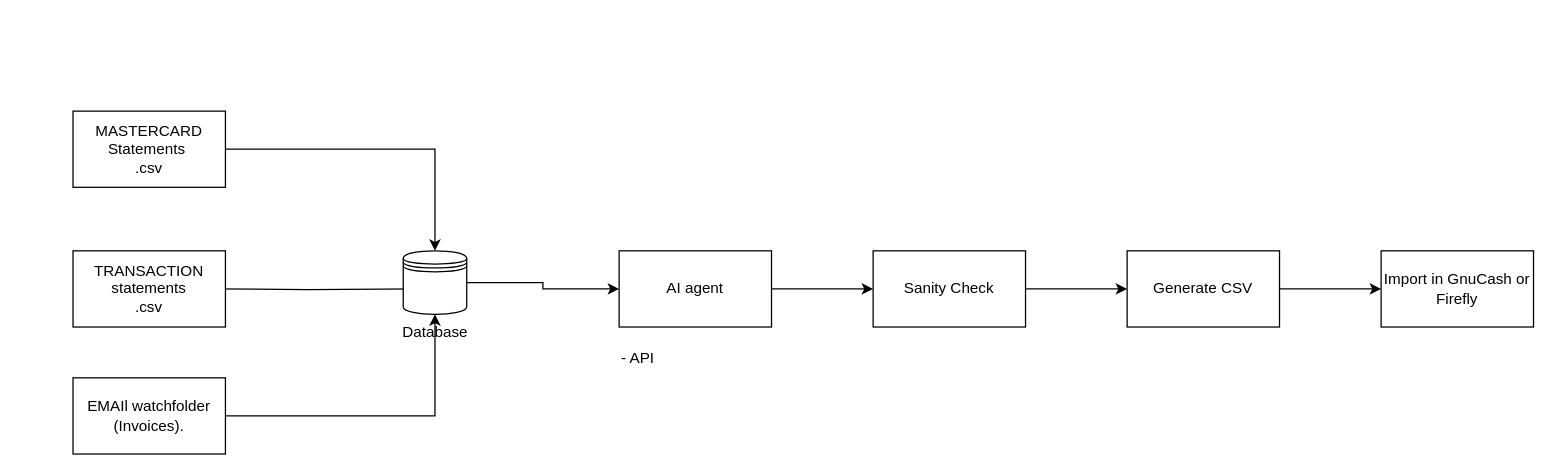
This is AI agent for finances.drawio from quentinbnt/schema, a draw.io file, before an edit. Source tidied: cells renumbered, new cells numbered last; positions are measured from the earlier drawing's top-left corner, leaving out a move shared by most shapes. Both pictures are drawn from the tidied source at 127%, with x=0, y=0 at pixel (72, 110).
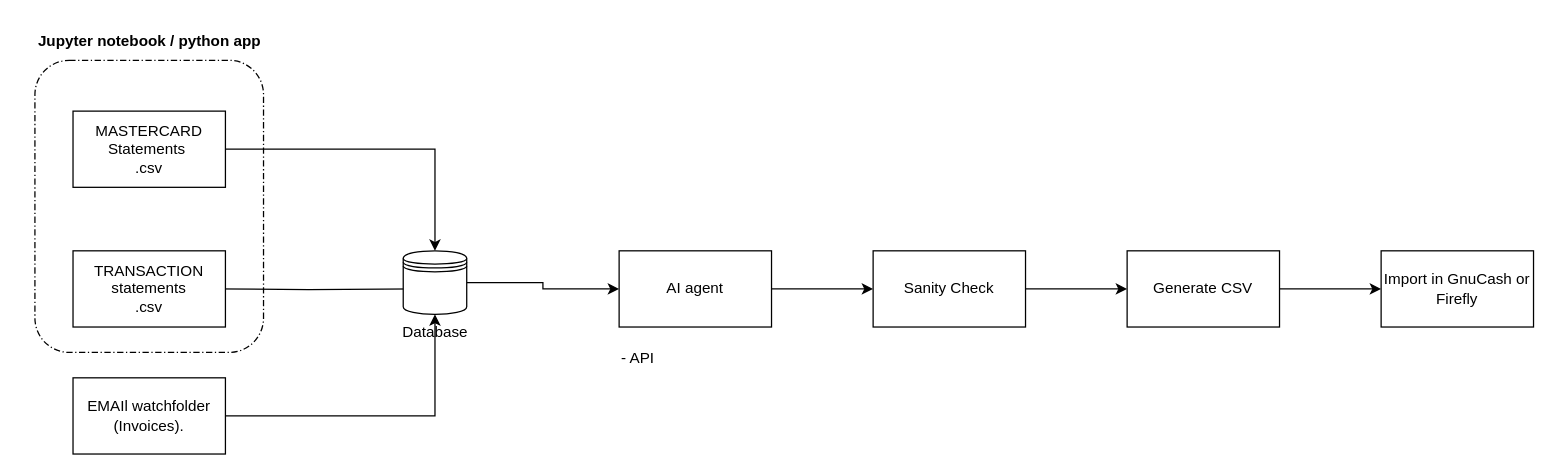
After the change.

The edit, as a diff of the source:
```diff
@@
+    <mxCell id="18" style="rounded=1;dashed=1;dashPattern=5 2 1 2;labelPosition=center;verticalLabelPosition=middle;align=center;verticalAlign=middle;fontSize=8;html=1;whiteSpace=wrap;" parent="1" vertex="1">
+      <mxGeometry x="-30" y="-40" width="180" height="230" as="geometry" />
+    </mxCell>
@@
+    <mxCell id="19" value="Jupyter notebook / python app" style="text;html=1;align=center;verticalAlign=middle;strokeColor=none;fillColor=none;fontStyle=1;" parent="1" vertex="1">
+      <mxGeometry x="-40" y="-70" width="200" height="30" as="geometry" />
+    </mxCell>
```
